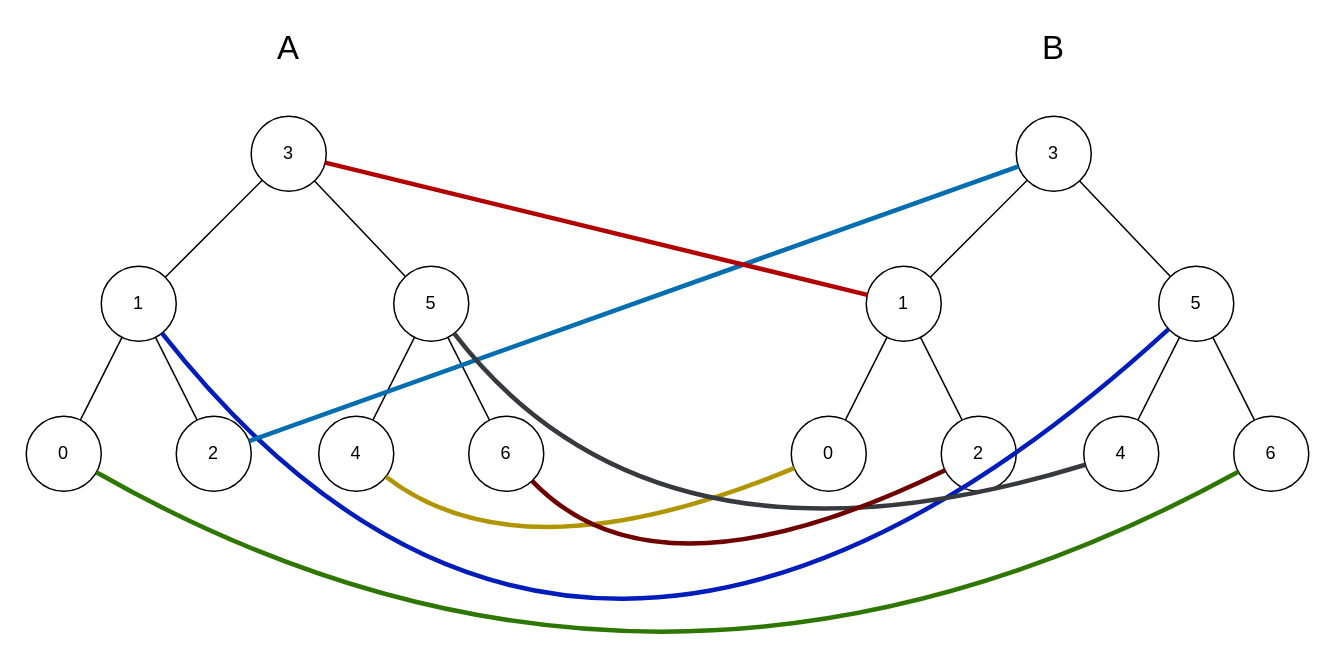
The draw.io diagram thesis/figures/dynamicpermutation.drawio in jakobkhansen/master-thesis, before the edit. Source tidied: cells renumbered, new cells numbered last; positions are measured from the earlier drawing's top-left corner, leaving out a move shared by most shapes. Both pictures are drawn from the tidied source at 150%, with x=0, y=0 at pixel (26, 26).
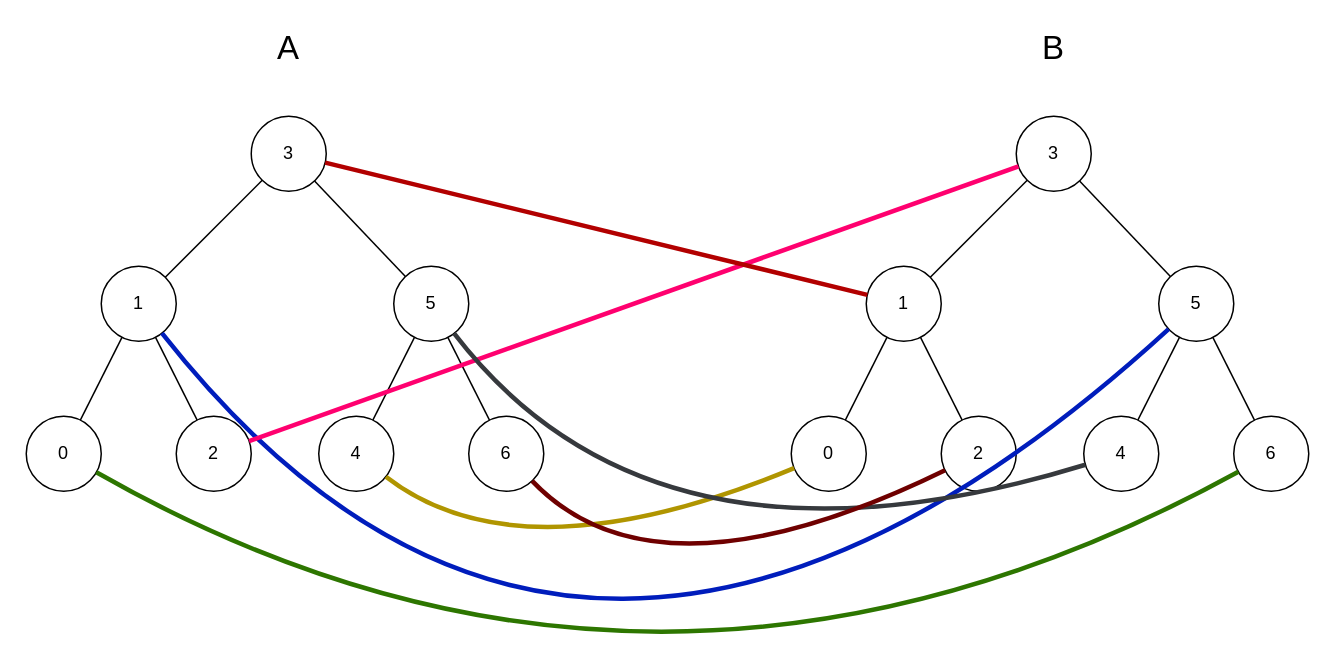
The same diagram, later.

The change refers to these unchanged cells:
```xml
<mxCell id="3" value="2" style="ellipse;whiteSpace=wrap;html=1;" parent="1" vertex="1">
  <mxGeometry x="100" y="260" width="50" height="50" as="geometry" />
</mxCell>
<mxCell id="18" value="3" style="ellipse;whiteSpace=wrap;html=1;" parent="1" vertex="1">
  <mxGeometry x="660" y="60" width="50" height="50" as="geometry" />
</mxCell>
```

Diff of the diagram source:
```diff
@@
-    <mxCell id="29" style="endArrow=none;html=1;strokeWidth=3;rounded=0;curved=1;fillColor=#1ba1e2;strokeColor=#006EAF;" parent="1" edge="1" source="3" target="18">
+    <mxCell id="29" style="endArrow=none;html=1;strokeWidth=3;rounded=0;curved=1;fillColor=#fad9d5;strokeColor=#ff006f;" parent="1" edge="1" source="3" target="18">
       <mxGeometry relative="1" as="geometry" />
     </mxCell>
```
